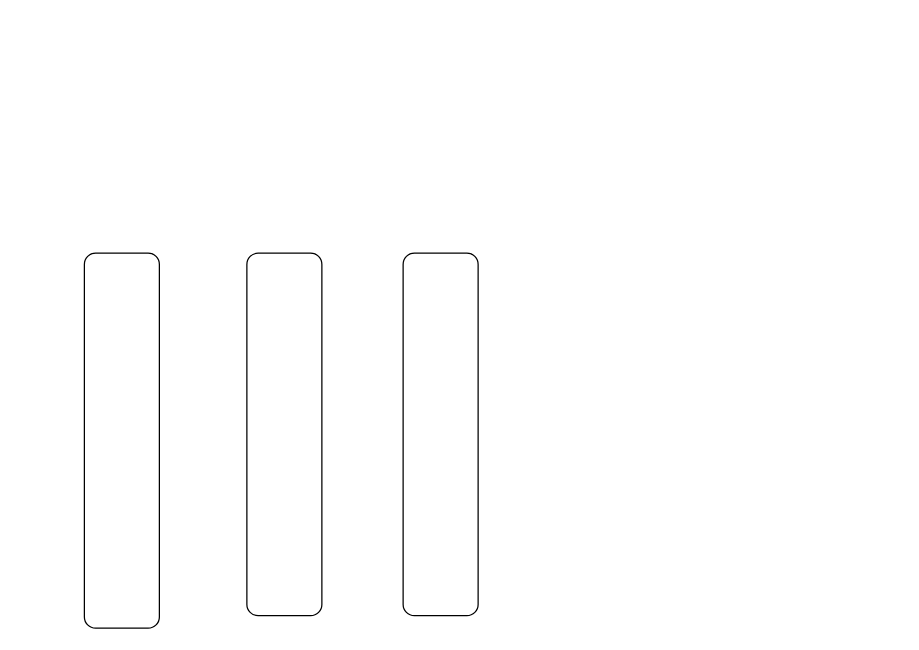
erichauptrepo/Network-Diagrams keeps this draw.io diagram as Untitled Diagram.drawio. Above is the earlier version. Source tidied: cells renumbered, new cells numbered last; positions are measured from the earlier drawing's top-left corner, leaving out a move shared by most shapes. Both pictures are drawn from the tidied source at 125%, with x=0, y=0 at pixel (-66, 396).
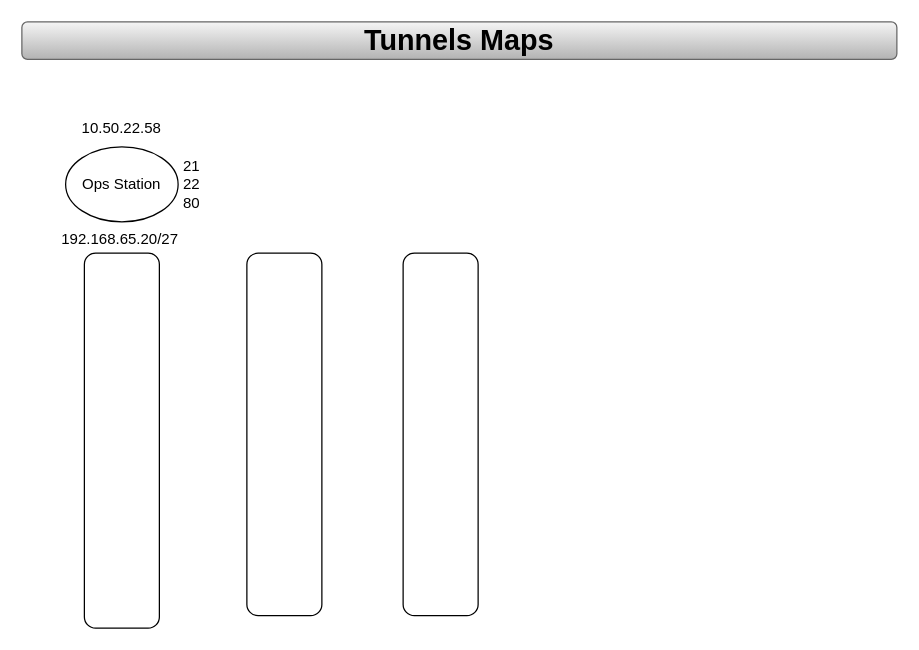
The same page after the edit.

What changed in the source:
```diff
@@
 <mxGraphModel>
   <root>
     <mxCell id="0" />
     <mxCell id="1" parent="0" />
     <mxCell id="2" style="rounded=1;whiteSpace=wrap;html=1;rotation=-90;" parent="1" vertex="1">
       <mxGeometry y="5" width="300" height="60" as="geometry" />
     </mxCell>
     <mxCell id="3" style="rounded=1;whiteSpace=wrap;html=1;rotation=-90;" parent="1" vertex="1">
       <mxGeometry x="135" width="290" height="60" as="geometry" />
     </mxCell>
     <mxCell id="4" style="rounded=1;whiteSpace=wrap;html=1;rotation=-90;" parent="1" vertex="1">
       <mxGeometry x="260" width="290" height="60" as="geometry" />
     </mxCell>
+    <mxCell id="5" value="&lt;font size=&quot;1&quot;&gt;&lt;b style=&quot;font-size: 23px;&quot;&gt;Tunnels Maps&lt;/b&gt;&lt;/font&gt;" style="rounded=1;whiteSpace=wrap;html=1;fillColor=#f5f5f5;gradientColor=#b3b3b3;strokeColor=#666666;" parent="1" vertex="1">
+      <mxGeometry x="70" y="-300" width="700" height="30" as="geometry" />
+    </mxCell>
+    <mxCell id="6" value="Ops Station" style="ellipse;whiteSpace=wrap;html=1;" parent="1" vertex="1">
+      <mxGeometry x="105" y="-200" width="90" height="60" as="geometry" />
+    </mxCell>
+    <mxCell id="7" value="21&lt;br&gt;22&lt;br&gt;80" style="text;html=1;strokeColor=none;fillColor=none;align=center;verticalAlign=middle;whiteSpace=wrap;rounded=0;" parent="1" vertex="1">
+      <mxGeometry x="176" y="-185" width="60" height="30" as="geometry" />
+    </mxCell>
+    <mxCell id="8" value="10.50.22.58" style="text;html=1;strokeColor=none;fillColor=none;align=center;verticalAlign=middle;whiteSpace=wrap;rounded=0;" parent="1" vertex="1">
+      <mxGeometry x="120" y="-230" width="60" height="30" as="geometry" />
+    </mxCell>
+    <mxCell id="9" value="192.168.65.20/27" style="text;whiteSpace=wrap;html=1;" parent="1" vertex="1">
+      <mxGeometry x="100" y="-140" width="130" height="40" as="geometry" />
+    </mxCell>
   </root>
 </mxGraphModel>
```
